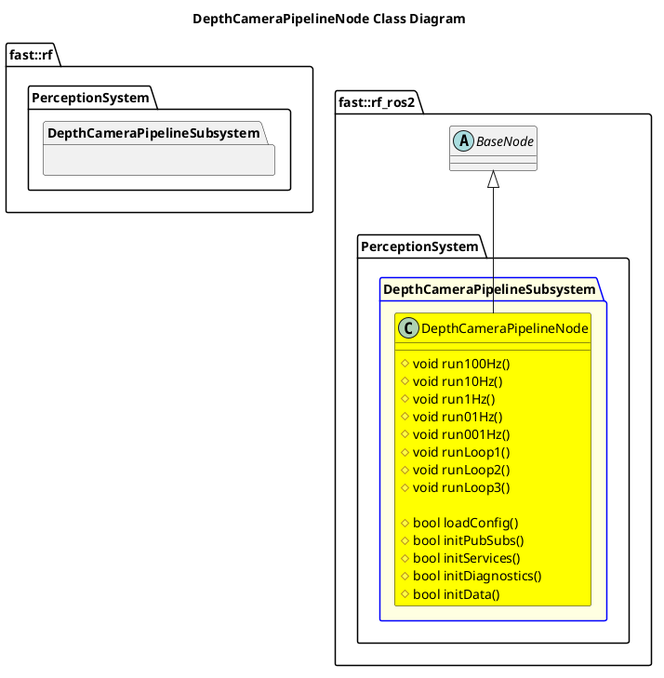
Above: Systems/Perception/Subsystems/DepthCameraPipeline/Nodes/DepthCameraPipelineNode/doc/puml/DepthCameraPipelineNodeClassDiagram.png in fastrobotics/robot_framework_ros2 (PlantUML), before the change.
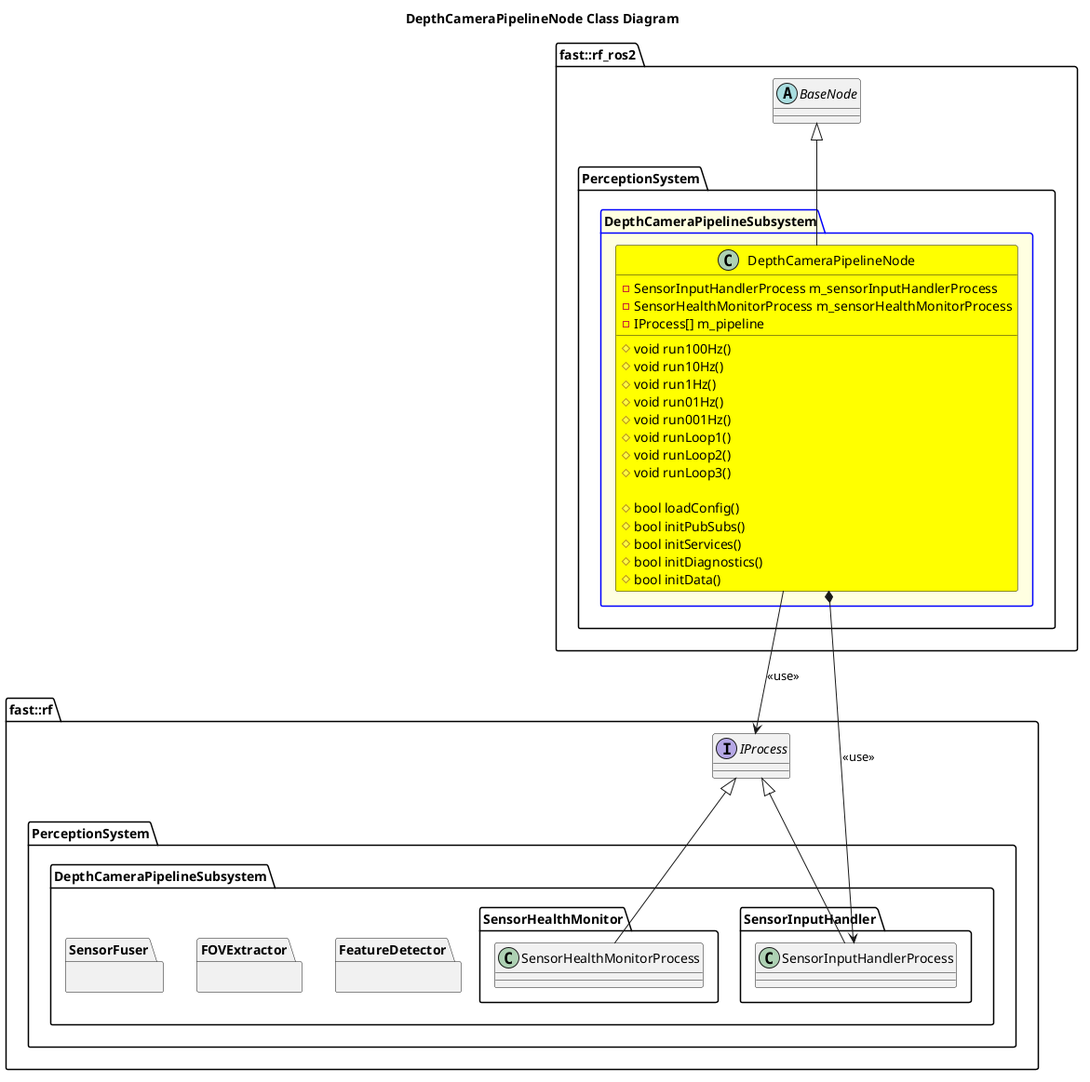
The same diagram one commit later.

What changed in the source:
```diff
@@ -1,8 +1,26 @@
 @startuml
 title DepthCameraPipelineNode Class Diagram
 namespace fast::rf {
+    interface IProcess
     namespace PerceptionSystem {
         namespace DepthCameraPipelineSubsystem {
+            namespace SensorInputHandler {
+                class SensorInputHandlerProcess
+                SensorInputHandlerProcess -up-|> IProcess
+            }
+            namespace FeatureDetector {
+
+            }
+            namespace FOVExtractor {
+
+            }
+            namespace SensorFuser {
+
+            }
+            namespace SensorHealthMonitor {
+                class SensorHealthMonitorProcess
+                SensorHealthMonitorProcess -up-|> IProcess
+            }
         }
     }
 }
@@ -27,8 +45,14 @@
                 #bool initServices()
                 #bool initDiagnostics()
                 #bool initData()
+                -SensorInputHandlerProcess m_sensorInputHandlerProcess
+                -SensorHealthMonitorProcess m_sensorHealthMonitorProcess
+                -IProcess[] m_pipeline
             }
             DepthCameraPipelineNode -up-|> BaseNode
+            DepthCameraPipelineNode --> IProcess: <<use>>
+            DepthCameraPipelineNode *-> SensorInputHandlerProcess: <<use>>
+
         }
     }
 }
```
